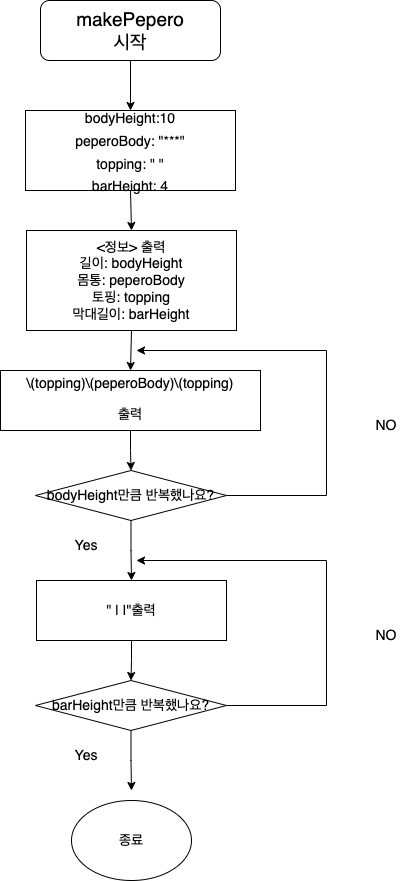
Above: peperoMake.png in yagom-academy/swift-starter-Round1 (draw.io), before the change. Source tidied: cells renumbered, new cells last; positions are measured from the earlier drawing's top-left corner, leaving out a move shared by most shapes.
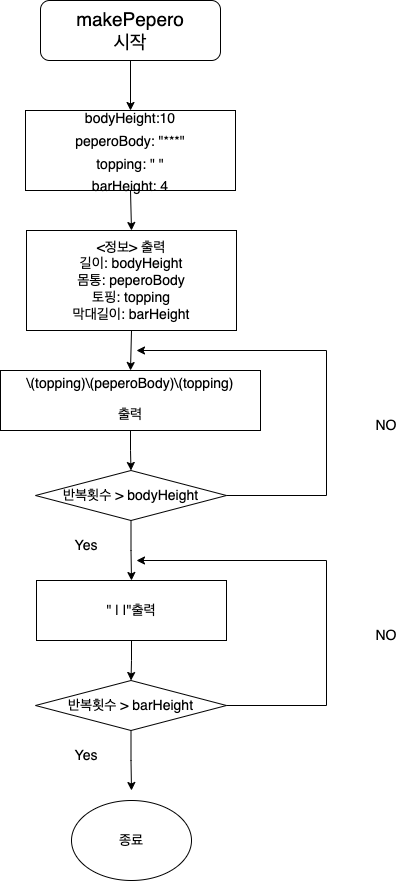
Above is the later version.

Commit message:
Week1 [STEP3] SierraJY

Diff of the diagram source:
```diff
@@ -31,7 +31,7 @@
         <mxPoint x="131" y="580" as="targetPoint" />
       </mxGeometry>
     </mxCell>
-    <mxCell id="11" value="bodyHeight만큼 반복했나요?" style="rhombus;whiteSpace=wrap;html=1;labelBackgroundColor=none;fontSize=14;" parent="1" vertex="1">
+    <mxCell id="11" value="반복횟수 &amp;gt; bodyHeight" style="rhombus;whiteSpace=wrap;html=1;labelBackgroundColor=none;fontSize=14;" parent="1" vertex="1">
       <mxGeometry x="35" y="470" width="191" height="50" as="geometry" />
     </mxCell>
     <mxCell id="12" style="endArrow=classic;html=1;rounded=0;fontSize=14;exitX=1;exitY=0.5;exitDx=0;exitDy=0;" parent="1" edge="1" source="11">
@@ -60,7 +60,7 @@
         <mxPoint x="131" y="790" as="targetPoint" />
       </mxGeometry>
     </mxCell>
-    <mxCell id="18" value="barHeight만큼 반복했나요?" style="rhombus;whiteSpace=wrap;html=1;labelBackgroundColor=none;fontSize=14;" parent="1" vertex="1">
+    <mxCell id="18" value="반복횟수 &amp;gt; barHeight" style="rhombus;whiteSpace=wrap;html=1;labelBackgroundColor=none;fontSize=14;" parent="1" vertex="1">
       <mxGeometry x="35" y="680" width="191" height="50" as="geometry" />
     </mxCell>
     <mxCell id="19" style="endArrow=classic;html=1;rounded=0;fontSize=14;exitX=1;exitY=0.5;exitDx=0;exitDy=0;" parent="1" edge="1" source="18">
```
